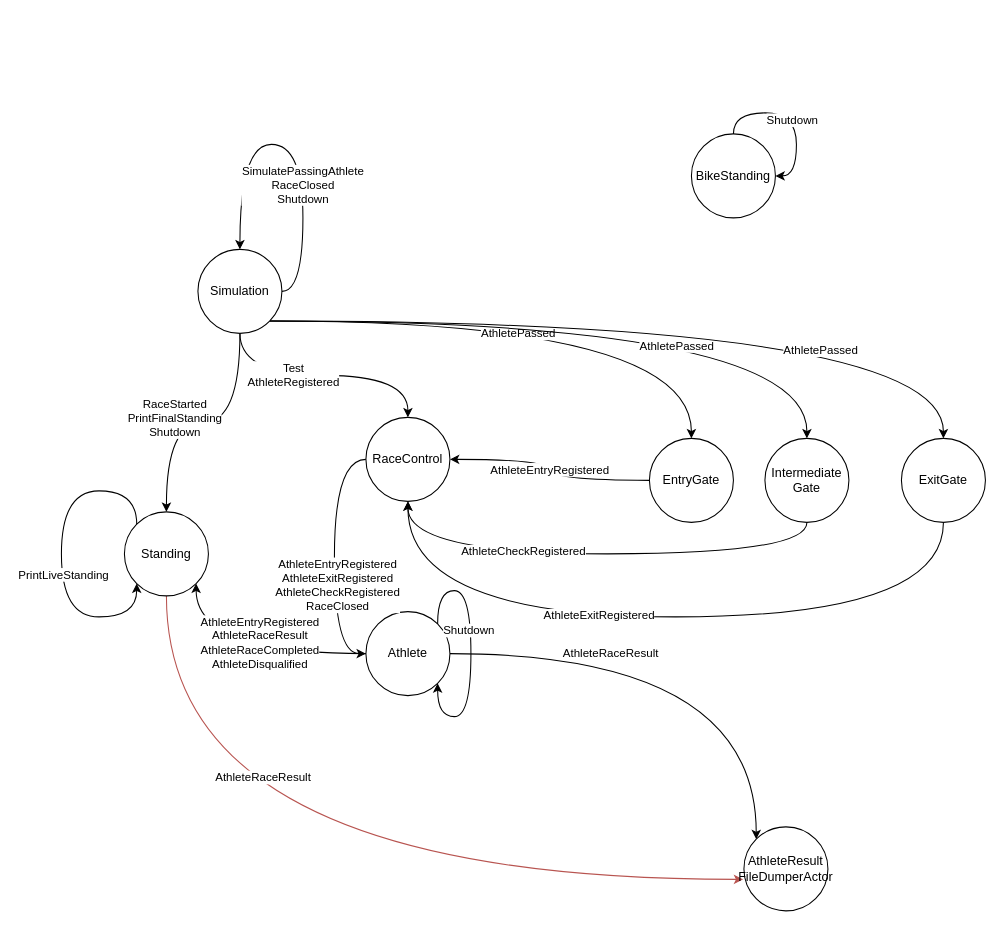
This is src/Host/diagram/thriathlon race.drawio from fbasco81/triathlon-race-demo, a draw.io file, before an edit. Source tidied: cells renumbered, new cells numbered last; positions are measured from the earlier drawing's top-left corner, leaving out a move shared by most shapes. Both pictures are drawn from the tidied source at 105%, with x=0, y=0 at pixel (61, 133).
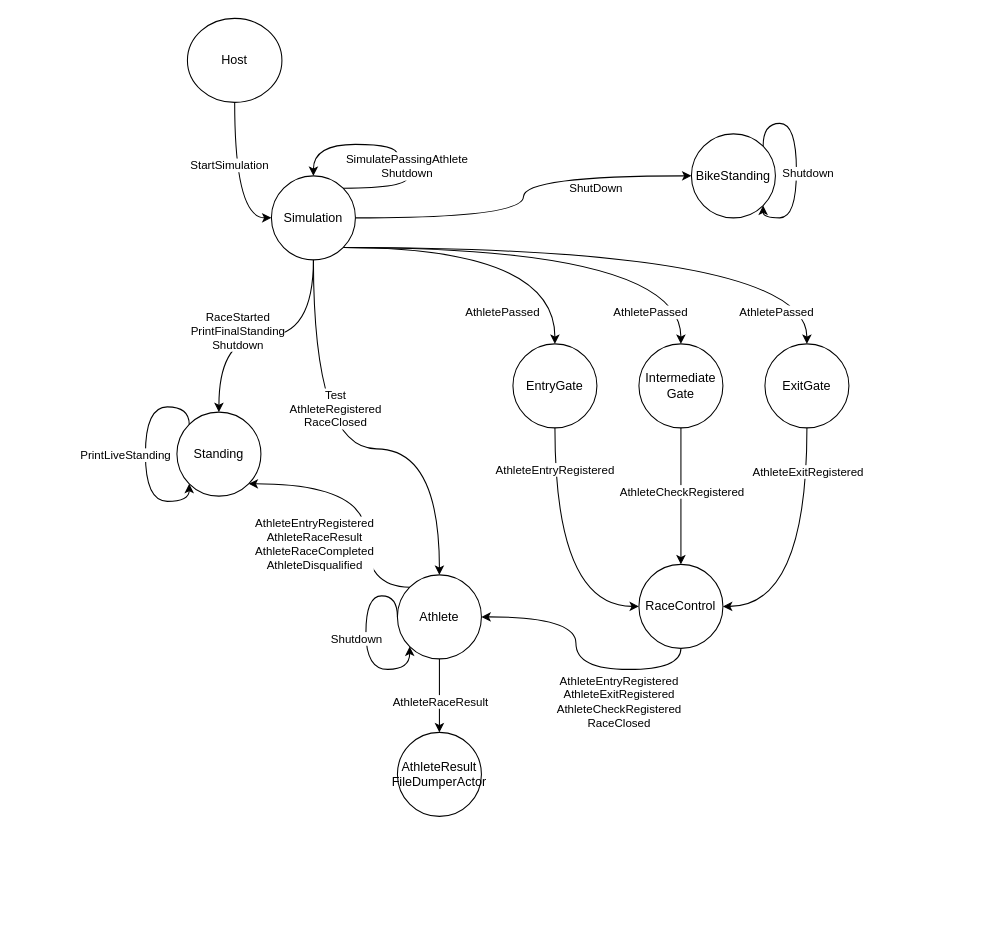
After the change.

The change refers to these unchanged cells:
```xml
<mxCell id="23" style="edgeStyle=orthogonalEdgeStyle;curved=1;rounded=0;jettySize=auto;html=1;exitX=1;exitY=1;exitDx=0;exitDy=0;" parent="1" edge="1" source="29" target="9">
  <mxGeometry relative="1" as="geometry" />
</mxCell>
<mxCell id="25" style="edgeStyle=orthogonalEdgeStyle;curved=1;rounded=0;jettySize=auto;html=1;exitX=1;exitY=1;exitDx=0;exitDy=0;entryX=0.5;entryY=0;entryDx=0;entryDy=0;" parent="1" edge="1" source="29" target="15">
  <mxGeometry relative="1" as="geometry" />
</mxCell>
```

Change to the diagram source:
```diff
@@
-    <mxCell id="2" style="edgeStyle=orthogonalEdgeStyle;curved=1;rounded=0;jettySize=auto;html=1;entryX=0;entryY=0;entryDx=0;entryDy=0;" parent="1" edge="1" source="6" target="35">
+    <mxCell id="2" style="edgeStyle=orthogonalEdgeStyle;curved=1;rounded=0;jettySize=auto;html=1;entryX=0.5;entryY=0;entryDx=0;entryDy=0;exitX=0.5;exitY=1;exitDx=0;exitDy=0;" parent="1" edge="1" source="6" target="35">
       <mxGeometry relative="1" as="geometry" />
     </mxCell>
     <mxCell id="3" value="AthleteRaceResult" style="edgeLabel;html=1;align=center;verticalAlign=middle;" parent="2" vertex="1">
-      <mxGeometry x="-0.35" y="1" relative="1" as="geometry" />
+      <mxGeometry x="-0.35" y="1" relative="1" as="geometry">
+        <mxPoint x="-1" y="17" as="offset" />
+      </mxGeometry>
     </mxCell>
-    <mxCell id="4" style="edgeStyle=orthogonalEdgeStyle;curved=1;rounded=0;jettySize=auto;html=1;entryX=1;entryY=1;entryDx=0;entryDy=0;" parent="1" edge="1" source="6" target="32">
-      <mxGeometry relative="1" as="geometry" />
+    <mxCell id="4" style="edgeStyle=orthogonalEdgeStyle;curved=1;rounded=0;jettySize=auto;html=1;entryX=1;entryY=1;entryDx=0;entryDy=0;exitX=0;exitY=0;exitDx=0;exitDy=0;" parent="1" edge="1" source="6" target="32">
+      <mxGeometry relative="1" as="geometry">
+        <Array as="points">
+          <mxPoint x="290" y="432" />
+          <mxPoint x="290" y="333" />
+        </Array>
+      </mxGeometry>
     </mxCell>
     <mxCell id="5" value="AthleteEntryRegistered&lt;br&gt;AthleteRaceResult&lt;br&gt;AthleteRaceCompleted&lt;br&gt;AthleteDisqualified" style="edgeLabel;html=1;align=center;verticalAlign=middle;" parent="4" vertex="1">
-      <mxGeometry x="-0.11" y="-11" relative="1" as="geometry" />
+      <mxGeometry x="-0.11" y="-11" relative="1" as="geometry">
+        <mxPoint x="-61" y="28.6" as="offset" />
+      </mxGeometry>
     </mxCell>
     <mxCell id="6" value="Athlete" style="ellipse;whiteSpace=wrap;html=1;" parent="1" vertex="1">
-      <mxGeometry x="290" y="455" width="80" height="80" as="geometry" />
+      <mxGeometry x="320" y="420" width="80" height="80" as="geometry" />
     </mxCell>
-    <mxCell id="7" value="BikeStanding" style="ellipse;whiteSpace=wrap;html=1;" parent="1" vertex="1">
+    <mxCell id="7" value="BikeStanding" style="ellipse;whiteSpace=wrap;html=1;labelBackgroundColor=#ffffff;" parent="1" vertex="1">
       <mxGeometry x="600" width="80" height="80" as="geometry" />
     </mxCell>
-    <mxCell id="8" value="AthleteEntryRegistered" style="edgeStyle=orthogonalEdgeStyle;curved=1;rounded=0;jettySize=auto;html=1;" parent="1" edge="1" source="9" target="18">
-      <mxGeometry relative="1" as="geometry" />
+    <mxCell id="8" value="AthleteEntryRegistered" style="edgeStyle=orthogonalEdgeStyle;curved=1;rounded=0;jettySize=auto;html=1;exitX=0.5;exitY=1;exitDx=0;exitDy=0;entryX=0;entryY=0.5;entryDx=0;entryDy=0;" parent="1" edge="1" source="9" target="18">
+      <mxGeometry x="-0.68" relative="1" as="geometry" />
     </mxCell>
     <mxCell id="9" value="EntryGate" style="ellipse;whiteSpace=wrap;html=1;" parent="1" vertex="1">
-      <mxGeometry x="560" y="290" width="80" height="80" as="geometry" />
+      <mxGeometry x="430" y="200" width="80" height="80" as="geometry" />
     </mxCell>
-    <mxCell id="10" style="edgeStyle=orthogonalEdgeStyle;curved=1;rounded=0;jettySize=auto;html=1;entryX=0.5;entryY=1;entryDx=0;entryDy=0;" parent="1" edge="1" source="12" target="18">
+    <mxCell id="10" style="edgeStyle=orthogonalEdgeStyle;curved=1;rounded=0;jettySize=auto;html=1;entryX=1;entryY=0.5;entryDx=0;entryDy=0;exitX=0.5;exitY=1;exitDx=0;exitDy=0;" parent="1" edge="1" source="12" target="18">
       <mxGeometry relative="1" as="geometry">
         <Array as="points">
-          <mxPoint x="840" y="460" />
-          <mxPoint x="330" y="460" />
+          <mxPoint x="710" y="450" />
         </Array>
       </mxGeometry>
     </mxCell>
     <mxCell id="11" value="AthleteExitRegistered" style="edgeLabel;html=1;align=center;verticalAlign=middle;" parent="10" vertex="1">
-      <mxGeometry x="0.18" y="-2" relative="1" as="geometry" />
+      <mxGeometry x="0.18" y="-2" relative="1" as="geometry">
+        <mxPoint x="2" y="-107" as="offset" />
+      </mxGeometry>
     </mxCell>
     <mxCell id="12" value="ExitGate" style="ellipse;whiteSpace=wrap;html=1;" parent="1" vertex="1">
-      <mxGeometry x="800" y="290" width="80" height="80" as="geometry" />
+      <mxGeometry x="670" y="200" width="80" height="80" as="geometry" />
     </mxCell>
-    <mxCell id="13" style="edgeStyle=orthogonalEdgeStyle;curved=1;rounded=0;jettySize=auto;html=1;entryX=0.5;entryY=1;entryDx=0;entryDy=0;" parent="1" edge="1" source="15" target="18">
+    <mxCell id="13" style="edgeStyle=orthogonalEdgeStyle;curved=1;rounded=0;jettySize=auto;html=1;entryX=0.5;entryY=0;entryDx=0;entryDy=0;exitX=0.5;exitY=1;exitDx=0;exitDy=0;" parent="1" edge="1" source="15" target="18">
       <mxGeometry relative="1" as="geometry">
         <Array as="points">
-          <mxPoint x="710" y="400" />
-          <mxPoint x="330" y="400" />
+          <mxPoint x="590" y="340" />
+          <mxPoint x="590" y="340" />
         </Array>
       </mxGeometry>
     </mxCell>
     <mxCell id="14" value="AthleteCheckRegistered" style="edgeLabel;html=1;align=center;verticalAlign=middle;" parent="13" vertex="1">
-      <mxGeometry x="0.31" y="-3" relative="1" as="geometry" />
+      <mxGeometry x="0.31" y="-3" relative="1" as="geometry">
+        <mxPoint x="3" y="-25" as="offset" />
+      </mxGeometry>
     </mxCell>
     <mxCell id="15" value="Intermediate&lt;br&gt;Gate" style="ellipse;whiteSpace=wrap;html=1;" parent="1" vertex="1">
-      <mxGeometry x="670" y="290" width="80" height="80" as="geometry" />
+      <mxGeometry x="550" y="200" width="80" height="80" as="geometry" />
     </mxCell>
-    <mxCell id="16" style="edgeStyle=orthogonalEdgeStyle;curved=1;rounded=0;jettySize=auto;html=1;" parent="1" edge="1" source="18" target="6">
+    <mxCell id="16" style="edgeStyle=orthogonalEdgeStyle;curved=1;rounded=0;jettySize=auto;html=1;entryX=1;entryY=0.5;entryDx=0;entryDy=0;exitX=0.5;exitY=1;exitDx=0;exitDy=0;" parent="1" edge="1" source="18" target="6">
       <mxGeometry relative="1" as="geometry">
         <Array as="points">
-          <mxPoint x="260" y="310" />
-          <mxPoint x="260" y="495" />
+          <mxPoint x="590" y="510" />
+          <mxPoint x="490" y="510" />
+          <mxPoint x="490" y="460" />
         </Array>
       </mxGeometry>
     </mxCell>
     <mxCell id="17" value="AthleteEntryRegistered&lt;br&gt;AthleteExitRegistered&lt;br&gt;AthleteCheckRegistered&lt;br&gt;RaceClosed" style="edgeLabel;html=1;align=center;verticalAlign=middle;" parent="16" vertex="1">
-      <mxGeometry x="0.22" y="2" relative="1" as="geometry" />
+      <mxGeometry x="0.22" y="2" relative="1" as="geometry">
+        <mxPoint x="42" y="69" as="offset" />
+      </mxGeometry>
     </mxCell>
     <mxCell id="18" value="RaceControl" style="ellipse;whiteSpace=wrap;html=1;" parent="1" vertex="1">
-      <mxGeometry x="290" y="270" width="80" height="80" as="geometry" />
+      <mxGeometry x="550" y="410" width="80" height="80" as="geometry" />
     </mxCell>
-    <mxCell id="19" style="edgeStyle=orthogonalEdgeStyle;rounded=0;jettySize=auto;html=1;exitX=0.5;exitY=1;exitDx=0;exitDy=0;entryX=0.5;entryY=0;entryDx=0;entryDy=0;curved=1;" parent="1" edge="1" source="29" target="18">
-      <mxGeometry relative="1" as="geometry" />
+    <mxCell id="19" style="edgeStyle=orthogonalEdgeStyle;rounded=0;jettySize=auto;html=1;exitX=0.5;exitY=1;exitDx=0;exitDy=0;curved=1;entryX=0.5;entryY=0;entryDx=0;entryDy=0;" parent="1" edge="1" source="29" target="6">
+      <mxGeometry relative="1" as="geometry">
+        <Array as="points">
+          <mxPoint x="240" y="300" />
+          <mxPoint x="360" y="300" />
+        </Array>
+      </mxGeometry>
     </mxCell>
-    <mxCell id="20" value="Test&lt;br&gt;AthleteRegistered" style="edgeLabel;html=1;align=center;verticalAlign=middle;" parent="19" vertex="1">
-      <mxGeometry x="-0.25" y="1" relative="1" as="geometry" />
+    <mxCell id="20" value="Test&lt;br&gt;AthleteRegistered&lt;br&gt;RaceClosed" style="edgeLabel;html=1;align=center;verticalAlign=middle;" parent="19" vertex="1">
+      <mxGeometry x="-0.25" y="1" relative="1" as="geometry">
+        <mxPoint x="19" y="-17" as="offset" />
+      </mxGeometry>
     </mxCell>
@@
     <mxCell id="24" value="AthletePassed" style="edgeLabel;html=1;align=center;verticalAlign=middle;" parent="23" vertex="1">
-      <mxGeometry x="-0.08" y="-11" relative="1" as="geometry" />
+      <mxGeometry x="-0.08" y="-11" relative="1" as="geometry">
+        <mxPoint x="16.7" y="50.7" as="offset" />
+      </mxGeometry>
     </mxCell>
@@
     <mxCell id="26" value="AthletePassed" style="edgeLabel;html=1;align=center;verticalAlign=middle;" parent="25" vertex="1">
-      <mxGeometry x="0.24" y="-23" relative="1" as="geometry" />
+      <mxGeometry x="0.24" y="-23" relative="1" as="geometry">
+        <mxPoint x="36.7" y="38.7" as="offset" />
+      </mxGeometry>
     </mxCell>
-    <mxCell id="27" style="edgeStyle=orthogonalEdgeStyle;curved=1;rounded=0;jettySize=auto;html=1;exitX=1;exitY=1;exitDx=0;exitDy=0;" parent="1" edge="1" source="29" target="12">
-      <mxGeometry relative="1" as="geometry" />
+    <mxCell id="27" style="edgeStyle=orthogonalEdgeStyle;curved=1;rounded=0;jettySize=auto;html=1;exitX=1;exitY=1;exitDx=0;exitDy=0;entryX=0.5;entryY=0;entryDx=0;entryDy=0;" parent="1" edge="1" source="29" target="12">
+      <mxGeometry relative="1" as="geometry">
+        <Array as="points">
+          <mxPoint x="710" y="108" />
+        </Array>
+      </mxGeometry>
     </mxCell>
     <mxCell id="28" value="AthletePassed" style="edgeLabel;html=1;align=center;verticalAlign=middle;" parent="27" vertex="1">
-      <mxGeometry x="0.39" y="-27" relative="1" as="geometry" />
+      <mxGeometry x="0.39" y="-27" relative="1" as="geometry">
+        <mxPoint x="41.7" y="34.7" as="offset" />
+      </mxGeometry>
     </mxCell>
+    <mxCell id="42" style="edgeStyle=orthogonalEdgeStyle;rounded=0;jettySize=auto;html=1;entryX=0;entryY=0.5;entryDx=0;entryDy=0;curved=1;" parent="1" edge="1" source="29" target="7">
+      <mxGeometry relative="1" as="geometry" />
+    </mxCell>
+    <mxCell id="43" value="ShutDown" style="edgeLabel;html=1;align=center;verticalAlign=middle;labelBackgroundColor=#ffffff;" parent="42" vertex="1">
+      <mxGeometry x="0.49" y="-11" relative="1" as="geometry" />
+    </mxCell>
     <mxCell id="29" value="Simulation" style="ellipse;whiteSpace=wrap;html=1;" parent="1" vertex="1">
-      <mxGeometry x="130" y="110" width="80" height="80" as="geometry" />
+      <mxGeometry x="200" y="40" width="80" height="80" as="geometry" />
     </mxCell>
-    <mxCell id="30" style="edgeStyle=orthogonalEdgeStyle;curved=1;rounded=0;jettySize=auto;html=1;entryX=-0.008;entryY=0.625;entryDx=0;entryDy=0;entryPerimeter=0;exitX=0.5;exitY=1;exitDx=0;exitDy=0;fillColor=#f8cecc;strokeColor=#b85450;" parent="1" edge="1" source="32" target="35">
-      <mxGeometry relative="1" as="geometry">
-        <Array as="points">
-          <mxPoint x="100" y="710" />
-        </Array>
-      </mxGeometry>
-    </mxCell>
-    <mxCell id="31" value="AthleteRaceResult" style="edgeLabel;html=1;align=center;verticalAlign=middle;" parent="30" vertex="1">
-      <mxGeometry x="-0.58" y="91" relative="1" as="geometry" />
-    </mxCell>
     <mxCell id="32" value="Standing" style="ellipse;whiteSpace=wrap;html=1;" parent="1" vertex="1">
-      <mxGeometry x="60" y="360" width="80" height="80" as="geometry" />
+      <mxGeometry x="110" y="265" width="80" height="80" as="geometry" />
     </mxCell>
-    <mxCell id="33" style="edgeStyle=orthogonalEdgeStyle;curved=1;rounded=0;orthogonalLoop=1;jettySize=auto;html=1;exitX=1;exitY=0.5;exitDx=0;exitDy=0;entryX=0.5;entryY=0;entryDx=0;entryDy=0;" parent="1" edge="1" source="29" target="29">
+    <mxCell id="33" style="edgeStyle=orthogonalEdgeStyle;curved=1;rounded=0;orthogonalLoop=1;jettySize=auto;html=1;exitX=1;exitY=0;exitDx=0;exitDy=0;entryX=0.5;entryY=0;entryDx=0;entryDy=0;" parent="1" edge="1" source="29" target="29">
       <mxGeometry relative="1" as="geometry">
         <Array as="points">
-          <mxPoint x="230" y="150" />
-          <mxPoint x="230" y="10" />
-          <mxPoint x="170" y="10" />
+          <mxPoint x="330" y="52" />
+          <mxPoint x="330" y="30" />
+          <mxPoint x="320" y="30" />
+          <mxPoint x="320" y="10" />
+          <mxPoint x="240" y="10" />
         </Array>
       </mxGeometry>
     </mxCell>
-    <mxCell id="34" value="SimulatePassingAthlete&lt;br&gt;RaceClosed&lt;br&gt;Shutdown" style="edgeLabel;html=1;align=center;verticalAlign=middle;" parent="33" vertex="1">
-      <mxGeometry x="-0.24" y="1" relative="1" as="geometry" />
+    <mxCell id="34" value="SimulatePassingAthlete&lt;br&gt;Shutdown" style="edgeLabel;html=1;align=center;verticalAlign=middle;" parent="33" vertex="1">
+      <mxGeometry x="-0.24" y="1" relative="1" as="geometry">
+        <mxPoint y="-1" as="offset" />
+      </mxGeometry>
     </mxCell>
     <mxCell id="35" value="AthleteResult&lt;br&gt;FileDumperActor" style="ellipse;whiteSpace=wrap;html=1;" parent="1" vertex="1">
-      <mxGeometry x="650" y="660" width="80" height="80" as="geometry" />
+      <mxGeometry x="320" y="570" width="80" height="80" as="geometry" />
     </mxCell>
-    <mxCell id="36" style="edgeStyle=orthogonalEdgeStyle;curved=1;rounded=0;orthogonalLoop=1;jettySize=auto;html=1;entryX=1;entryY=0.5;entryDx=0;entryDy=0;" parent="1" edge="1" source="7" target="7">
-      <mxGeometry relative="1" as="geometry" />
+    <mxCell id="36" style="edgeStyle=orthogonalEdgeStyle;curved=1;rounded=0;orthogonalLoop=1;jettySize=auto;html=1;entryX=1;entryY=1;entryDx=0;entryDy=0;labelBackgroundColor=#ffffff;exitX=1;exitY=0;exitDx=0;exitDy=0;" parent="1" edge="1" source="7" target="7">
+      <mxGeometry relative="1" as="geometry">
+        <Array as="points">
+          <mxPoint x="668" y="-10" />
+          <mxPoint x="700" y="-10" />
+          <mxPoint x="700" y="80" />
+          <mxPoint x="668" y="80" />
+        </Array>
+      </mxGeometry>
     </mxCell>
-    <mxCell id="37" value="Shutdown" style="edgeLabel;html=1;align=center;verticalAlign=middle;" parent="36" vertex="1">
-      <mxGeometry x="0.08" y="-5" relative="1" as="geometry" />
+    <mxCell id="37" value="Shutdown" style="edgeLabel;html=1;align=center;verticalAlign=middle;labelBackgroundColor=#ffffff;" parent="36" vertex="1">
+      <mxGeometry x="0.08" y="-5" relative="1" as="geometry">
+        <mxPoint x="15" as="offset" />
+      </mxGeometry>
     </mxCell>
     <mxCell id="38" style="edgeStyle=orthogonalEdgeStyle;curved=1;rounded=0;orthogonalLoop=1;jettySize=auto;html=1;exitX=0;exitY=0;exitDx=0;exitDy=0;entryX=0;entryY=1;entryDx=0;entryDy=0;" parent="1" edge="1" source="32" target="32">
       <mxGeometry relative="1" as="geometry">
         <Array as="points">
-          <mxPoint x="72" y="340" />
-          <mxPoint y="340" />
-          <mxPoint y="460" />
-          <mxPoint x="72" y="460" />
+          <mxPoint x="122" y="260" />
+          <mxPoint x="80" y="260" />
+          <mxPoint x="80" y="350" />
+          <mxPoint x="122" y="350" />
         </Array>
       </mxGeometry>
     </mxCell>
     <mxCell id="39" value="PrintLiveStanding" style="edgeLabel;html=1;align=center;verticalAlign=middle;" parent="38" vertex="1">
-      <mxGeometry x="0.12" y="1" relative="1" as="geometry" />
+      <mxGeometry x="0.12" y="1" relative="1" as="geometry">
+        <mxPoint x="-21" y="-11.6" as="offset" />
+      </mxGeometry>
     </mxCell>
+    <mxCell id="44" style="edgeStyle=orthogonalEdgeStyle;curved=1;rounded=0;jettySize=auto;html=1;entryX=0;entryY=0.5;entryDx=0;entryDy=0;" parent="1" edge="1" source="46" target="29">
+      <mxGeometry relative="1" as="geometry" />
+    </mxCell>
+    <mxCell id="45" value="StartSimulation" style="edgeLabel;html=1;align=center;verticalAlign=middle;" parent="44" vertex="1">
+      <mxGeometry x="-0.18" y="-6" relative="1" as="geometry" />
+    </mxCell>
+    <mxCell id="46" value="Host" style="ellipse;whiteSpace=wrap;html=1;" parent="1" vertex="1">
+      <mxGeometry x="120" y="-110" width="90" height="80" as="geometry" />
+    </mxCell>
-    <mxCell id="40" style="edgeStyle=orthogonalEdgeStyle;curved=1;rounded=0;orthogonalLoop=1;jettySize=auto;html=1;exitX=1;exitY=0;exitDx=0;exitDy=0;entryX=1;entryY=1;entryDx=0;entryDy=0;" parent="1" edge="1" source="6" target="6">
-      <mxGeometry relative="1" as="geometry" />
+    <mxCell id="40" style="edgeStyle=orthogonalEdgeStyle;curved=1;rounded=0;orthogonalLoop=1;jettySize=auto;html=1;exitX=0;exitY=0.5;exitDx=0;exitDy=0;entryX=0;entryY=1;entryDx=0;entryDy=0;labelBackgroundColor=#999900;" parent="1" edge="1" source="6" target="6">
+      <mxGeometry relative="1" as="geometry">
+        <Array as="points">
+          <mxPoint x="320" y="440" />
+          <mxPoint x="290" y="440" />
+          <mxPoint x="290" y="510" />
+          <mxPoint x="332" y="510" />
+        </Array>
+      </mxGeometry>
     </mxCell>
     <mxCell id="41" value="Shutdown" style="edgeLabel;html=1;align=center;verticalAlign=middle;" parent="40" vertex="1">
-      <mxGeometry x="-0.18" y="-3" relative="1" as="geometry" />
+      <mxGeometry x="0.16" y="7" relative="1" as="geometry">
+        <mxPoint x="-17" y="-16" as="offset" />
+      </mxGeometry>
     </mxCell>
```
